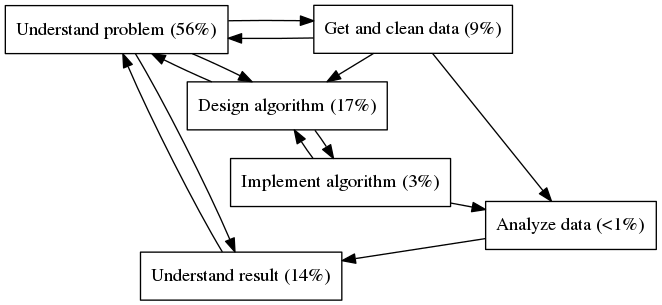
Before: _fig/work_process.png, a diagram exported from Graphviz (jarrodmillman/irr-case-study). Its source is kept beside it as _fig/work_process.dot.
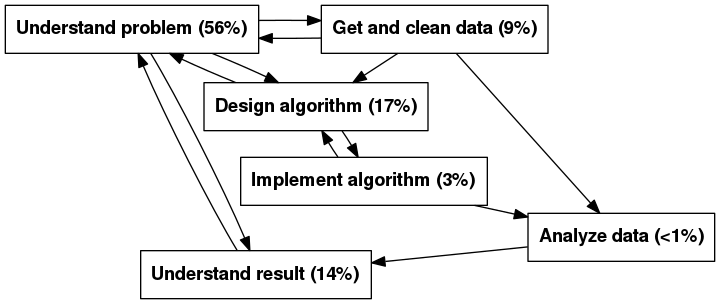
The same diagram one commit later.

Commit message:
Change figure font and style to comply with BIDS request, minor edits

Change to the diagram source:
```diff
@@ -1,42 +1,34 @@
 digraph {
-	graph [bb="-106.36,-106.83,91.579,114.28"];
-	node [label="\N",
-		shape=box
-	];
-	1	 [height=0.5,
-		label="Understand problem (56%)",
-		pos="-92.363,96.096",
-		width=1.7778];
-	2	 [height=0.5,
-		label="Get and clean data (9%)",
-		pos="130,96.284",
-		width=1.1944];
-	1 -> 2;
-	3	 [height=0.5,
-		label="Design algorithm (17%)",
-		pos="35.579,38.87",
-		width=1.5556];
-	1 -> 3;
-	6	 [height=0.5,
-		label="Understand result (14%)",
-		pos="1.005,-88.826",
-		width=0.77778];
-	1 -> 6;
-	2 -> 1;
-	2 -> 3;
-	2 -> 5;
-	3 -> 1;
-	4	 [height=0.5,
-		label="Implement algorithm (3%)",
-		pos="75.559,-18.627",
-		width=0.625];
-	3 -> 4;
-	6 -> 1;
-	4 -> 3;
-	5	 [height=0.5,
-		label="Analyze data (<1%)",
-		pos="248.362,-50.796",
-		width=0.86111];
-	4 -> 5;
-	5 -> 6;
+        graph [bb="-106,-106,91,114"];
+        node [label="\N", shape=box, fontname="helvetica-bold"];
+        1        [height=0.5,
+                  label="Understand problem (56%)",
+                  pos="-92,96"];
+        2        [height=0.5,
+                  label="Get and clean data (9%)",
+                  pos="135,96"];
+        1 -> 2;
+        3        [height=0.5,
+                  label="Design algorithm (17%)",
+                  pos="46,38"];
+        1 -> 3;
+        6        [height=0.5,
+                  label="Understand result (14%)",
+                  pos="1,-88"];
+        1 -> 6;
+        2 -> 1;
+        2 -> 3;
+        2 -> 5;
+        3 -> 1;
+        4        [height=0.5,
+                  label="Implement algorithm (3%)",
+                  pos="82,-18"];
+        3 -> 4;
+        6 -> 1;
+        4 -> 3;
+        5        [height=0.5,
+                  label="Analyze data (<1%)",
+                  pos="275,-60"];
+        4 -> 5;
+        5 -> 6;
 }
```
